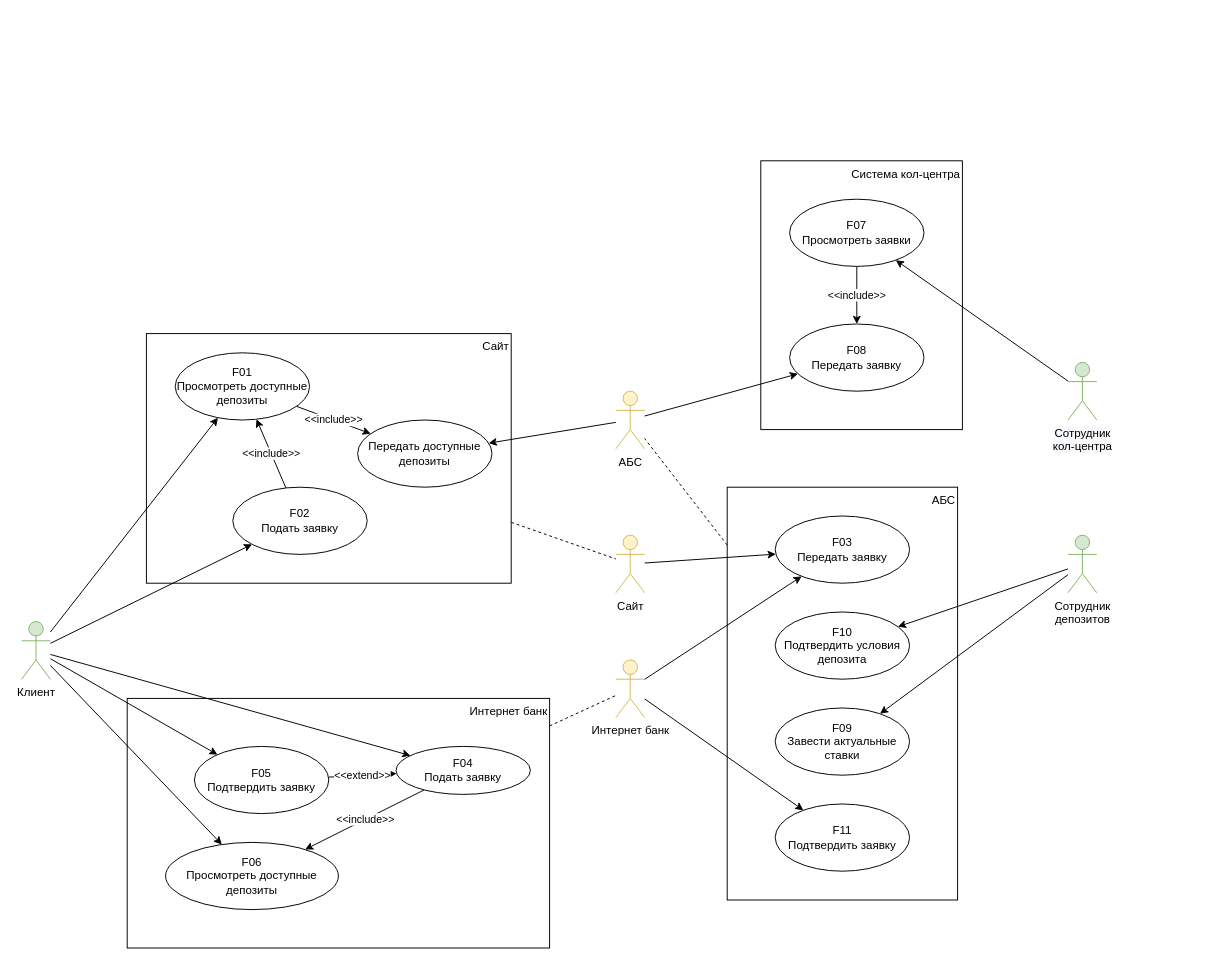
asbelon/architecture-sprint-9 keeps this draw.io diagram as page "Модель вариантов использования" (1 of 2) of Exc3/usecases.drawio. Above is the earlier version. Source tidied: cells renumbered, new cells numbered last; positions are measured from the earlier drawing's top-left corner, leaving out a move shared by most shapes. Both pictures are drawn from the tidied source at 96%, with x=0, y=0 at pixel (21, 160).
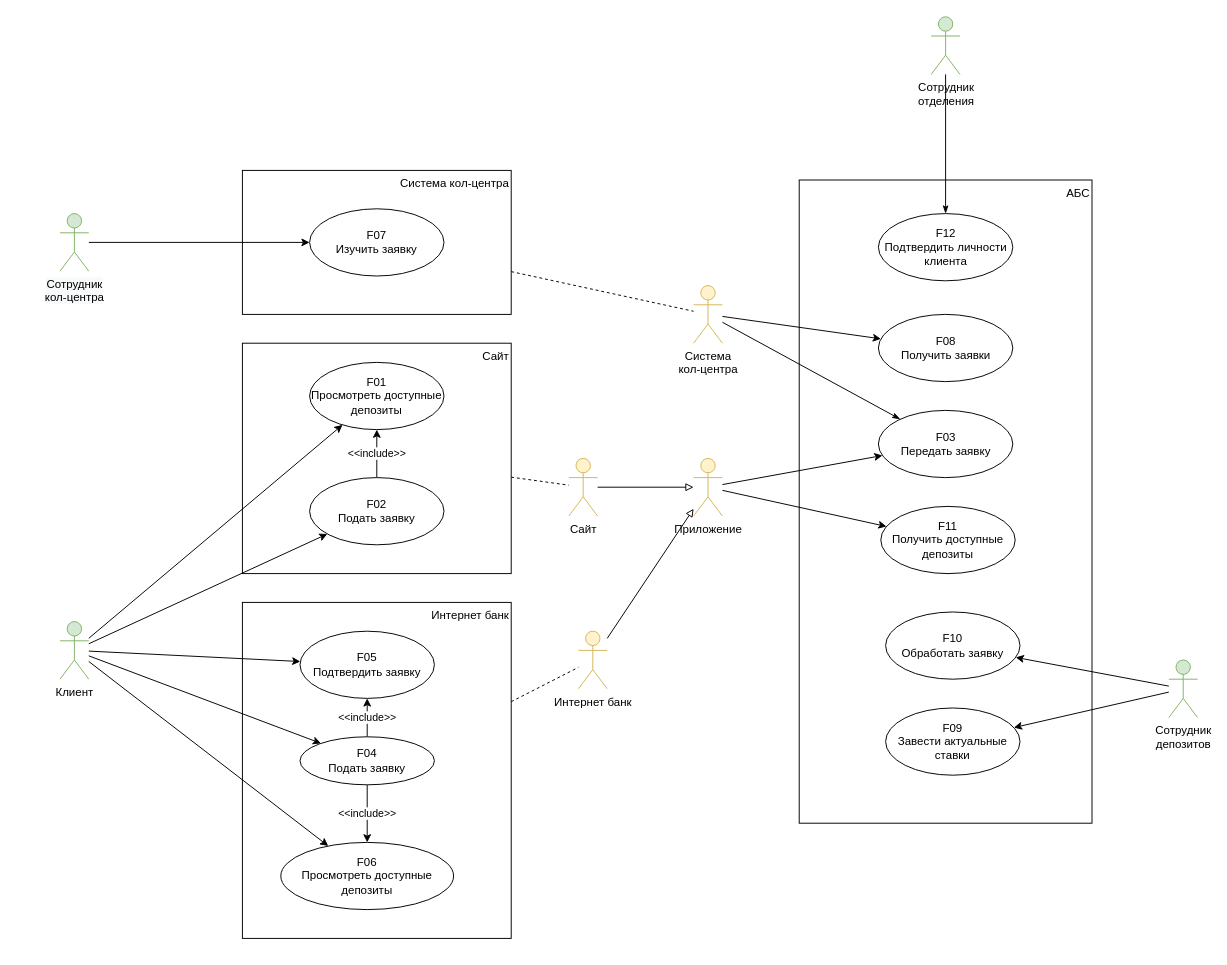
The same diagram, later.

The edit, as a diff of the source:
```diff
@@
     <mxCell id="2" value="АБС" style="rounded=0;whiteSpace=wrap;html=1;align=right;verticalAlign=top;" parent="1" vertex="1">
-      <mxGeometry x="735" y="340" width="240" height="430" as="geometry" />
+      <mxGeometry x="810" y="20" width="305" height="670" as="geometry" />
     </mxCell>
     <mxCell id="3" value="Интернет банк" style="rounded=0;whiteSpace=wrap;html=1;align=right;verticalAlign=top;" parent="1" vertex="1">
-      <mxGeometry x="110" y="560" width="440" height="260" as="geometry" />
+      <mxGeometry x="230" y="460" width="280" height="350" as="geometry" />
     </mxCell>
     <mxCell id="4" value="Система кол-центра" style="rounded=0;whiteSpace=wrap;html=1;align=right;verticalAlign=top;" parent="1" vertex="1">
-      <mxGeometry x="770" width="210" height="280" as="geometry" />
+      <mxGeometry x="230" y="10" width="280" height="150" as="geometry" />
     </mxCell>
@@
     <mxCell id="6" value="Сайт" style="rounded=0;whiteSpace=wrap;html=1;align=right;verticalAlign=top;" parent="1" vertex="1">
-      <mxGeometry x="130" y="180" width="380" height="260" as="geometry" />
+      <mxGeometry x="230" y="190" width="280" height="240" as="geometry" />
     </mxCell>
@@
     <mxCell id="12" value="Клиент" style="shape=umlActor;verticalLabelPosition=bottom;verticalAlign=top;html=1;outlineConnect=0;fillColor=#d5e8d4;strokeColor=#82b366;" parent="1" vertex="1">
-      <mxGeometry y="480" width="30" height="60" as="geometry" />
+      <mxGeometry x="40" y="480" width="30" height="60" as="geometry" />
     </mxCell>
-    <mxCell id="13" value="&amp;lt;&amp;lt;include&amp;gt;&amp;gt;" style="rounded=0;jettySize=auto;html=1;" parent="1" edge="1" source="14" target="43">
-      <mxGeometry relative="1" as="geometry" />
-    </mxCell>
     <mxCell id="14" value="F01&lt;br&gt;Просмотреть доступные депозиты" style="ellipse;whiteSpace=wrap;html=1;" parent="1" vertex="1">
-      <mxGeometry x="160" y="200" width="140" height="70" as="geometry" />
+      <mxGeometry x="300" y="210" width="140" height="70" as="geometry" />
     </mxCell>
@@
     <mxCell id="16" value="F02&lt;br&gt;Подать заявку" style="ellipse;whiteSpace=wrap;html=1;" parent="1" vertex="1">
-      <mxGeometry x="220" y="340" width="140" height="70" as="geometry" />
+      <mxGeometry x="300" y="330" width="140" height="70" as="geometry" />
     </mxCell>
@@
+    <mxCell id="45" style="edgeStyle=none;rounded=0;jettySize=auto;html=1;endArrow=block;endFill=0;" parent="1" edge="1" source="18" target="50">
+      <mxGeometry relative="1" as="geometry" />
+    </mxCell>
     <mxCell id="18" value="Сайт" style="shape=umlActor;verticalLabelPosition=bottom;verticalAlign=top;html=1;outlineConnect=0;fillColor=#fff2cc;strokeColor=#d6b656;" parent="1" vertex="1">
-      <mxGeometry x="619" y="390" width="30" height="60" as="geometry" />
+      <mxGeometry x="570" y="310" width="30" height="60" as="geometry" />
     </mxCell>
-    <mxCell id="19" value="F08&lt;br&gt;Передать заявку" style="ellipse;whiteSpace=wrap;html=1;" parent="1" vertex="1">
-      <mxGeometry x="800" y="170" width="140" height="70" as="geometry" />
+    <mxCell id="19" value="F08&lt;br&gt;Получить&amp;nbsp;заявки" style="ellipse;whiteSpace=wrap;html=1;" parent="1" vertex="1">
+      <mxGeometry x="892.5" y="160" width="140" height="70" as="geometry" />
     </mxCell>
@@
     <mxCell id="23" value="Сотрудник &lt;br&gt;депозитов" style="shape=umlActor;verticalLabelPosition=bottom;verticalAlign=top;html=1;outlineConnect=0;fillColor=#d5e8d4;strokeColor=#82b366;" parent="1" vertex="1">
-      <mxGeometry x="1090" y="390" width="30" height="60" as="geometry" />
+      <mxGeometry x="1195" y="520" width="30" height="60" as="geometry" />
     </mxCell>
-    <mxCell id="24" value="&amp;lt;&amp;lt;include&amp;gt;&amp;gt;" style="edgeStyle=none;rounded=0;jettySize=auto;html=1;endArrow=classic;endFill=1;" parent="1" edge="1" source="25" target="19">
-      <mxGeometry relative="1" as="geometry" />
-    </mxCell>
-    <mxCell id="25" value="F07&lt;br&gt;Просмотреть заявки" style="ellipse;whiteSpace=wrap;html=1;" parent="1" vertex="1">
-      <mxGeometry x="800" y="40" width="140" height="70" as="geometry" />
+    <mxCell id="25" value="F07&lt;br&gt;Изучить заявку" style="ellipse;whiteSpace=wrap;html=1;" parent="1" vertex="1">
+      <mxGeometry x="300" y="50" width="140" height="70" as="geometry" />
     </mxCell>
     <mxCell id="26" value="F06&lt;br&gt;Просмотреть доступные депозиты" style="ellipse;whiteSpace=wrap;html=1;" parent="1" vertex="1">
-      <mxGeometry x="150" y="710" width="180" height="70" as="geometry" />
+      <mxGeometry x="270" y="710" width="180" height="70" as="geometry" />
     </mxCell>
@@
+    <mxCell id="46" value="&amp;lt;&amp;lt;include&amp;gt;&amp;gt;" style="edgeStyle=none;rounded=0;jettySize=auto;html=1;" parent="1" edge="1" source="28" target="30">
+      <mxGeometry relative="1" as="geometry" />
+    </mxCell>
     <mxCell id="28" value="F04&lt;br&gt;Подать заявку" style="ellipse;whiteSpace=wrap;html=1;" parent="1" vertex="1">
-      <mxGeometry x="390" y="610" width="140" height="50" as="geometry" />
+      <mxGeometry x="290" y="600" width="140" height="50" as="geometry" />
     </mxCell>
-    <mxCell id="29" value="&amp;lt;&amp;lt;extend&amp;gt;&amp;gt;" style="edgeStyle=none;rounded=0;jettySize=auto;html=1;endArrow=classic;endFill=1;" parent="1" edge="1" source="30" target="28">
-      <mxGeometry relative="1" as="geometry" />
-    </mxCell>
     <mxCell id="30" value="F05&lt;br&gt;Подтвердить заявку" style="ellipse;whiteSpace=wrap;html=1;" parent="1" vertex="1">
-      <mxGeometry x="180" y="610" width="140" height="70" as="geometry" />
+      <mxGeometry x="290" y="490" width="140" height="70" as="geometry" />
     </mxCell>
-    <mxCell id="31" value="F10&lt;br&gt;Подтвердить условия депозита" style="ellipse;whiteSpace=wrap;html=1;" parent="1" vertex="1">
-      <mxGeometry x="785" y="470" width="140" height="70" as="geometry" />
+    <mxCell id="31" value="F10&lt;br&gt;Обработать заявку" style="ellipse;whiteSpace=wrap;html=1;" parent="1" vertex="1">
+      <mxGeometry x="900" y="470" width="140" height="70" as="geometry" />
     </mxCell>
     <mxCell id="32" value="F09&lt;br&gt;Завести актуальные ставки" style="ellipse;whiteSpace=wrap;html=1;" parent="1" vertex="1">
-      <mxGeometry x="785" y="570" width="140" height="70" as="geometry" />
+      <mxGeometry x="900" y="570" width="140" height="70" as="geometry" />
     </mxCell>
     <mxCell id="33" value="F03&lt;br&gt;Передать заявку" style="ellipse;whiteSpace=wrap;html=1;" parent="1" vertex="1">
-      <mxGeometry x="785" y="370" width="140" height="70" as="geometry" />
+      <mxGeometry x="892.5" y="260" width="140" height="70" as="geometry" />
     </mxCell>
-    <mxCell id="34" style="edgeStyle=none;rounded=0;jettySize=auto;html=1;" parent="1" edge="1" source="18" target="33">
-      <mxGeometry relative="1" as="geometry" />
-    </mxCell>
@@
-    <mxCell id="36" style="edgeStyle=none;rounded=0;jettySize=auto;html=1;" parent="1" edge="1" source="37" target="44">
-      <mxGeometry relative="1" as="geometry" />
-    </mxCell>
+    <mxCell id="47" style="edgeStyle=none;rounded=0;jettySize=auto;html=1;" parent="1" edge="1" source="50" target="43">
+      <mxGeometry relative="1" as="geometry" />
+    </mxCell>
+    <mxCell id="48" style="edgeStyle=none;rounded=0;jettySize=auto;html=1;endArrow=block;endFill=0;" parent="1" edge="1" source="37" target="50">
+      <mxGeometry relative="1" as="geometry" />
+    </mxCell>
     <mxCell id="37" value="Интернет банк" style="shape=umlActor;verticalLabelPosition=bottom;verticalAlign=top;html=1;outlineConnect=0;fillColor=#fff2cc;strokeColor=#d6b656;" parent="1" vertex="1">
-      <mxGeometry x="619" y="520" width="30" height="60" as="geometry" />
+      <mxGeometry x="580" y="490" width="30" height="60" as="geometry" />
     </mxCell>
-    <mxCell id="38" style="edgeStyle=none;rounded=0;jettySize=auto;html=1;" parent="1" edge="1" source="37" target="33">
+    <mxCell id="38" style="edgeStyle=none;rounded=0;jettySize=auto;html=1;" parent="1" edge="1" source="50" target="33">
       <mxGeometry relative="1" as="geometry" />
     </mxCell>
     <mxCell id="39" value="&lt;span style=&quot;color: rgb(0, 0, 0); font-family: Helvetica; font-size: 12px; font-style: normal; font-variant-ligatures: normal; font-variant-caps: normal; font-weight: 400; letter-spacing: normal; orphans: 2; text-align: center; text-indent: 0px; text-transform: none; widows: 2; word-spacing: 0px; -webkit-text-stroke-width: 0px; background-color: rgb(248, 249, 250); text-decoration-thickness: initial; text-decoration-style: initial; text-decoration-color: initial; float: none; display: inline !important;&quot;&gt;Сотрудник&lt;/span&gt;&lt;br style=&quot;color: rgb(0, 0, 0); font-family: Helvetica; font-size: 12px; font-style: normal; font-variant-ligatures: normal; font-variant-caps: normal; font-weight: 400; letter-spacing: normal; orphans: 2; text-align: center; text-indent: 0px; text-transform: none; widows: 2; word-spacing: 0px; -webkit-text-stroke-width: 0px; background-color: rgb(248, 249, 250); text-decoration-thickness: initial; text-decoration-style: initial; text-decoration-color: initial;&quot;&gt;&lt;span style=&quot;color: rgb(0, 0, 0); font-family: Helvetica; font-size: 12px; font-style: normal; font-variant-ligatures: normal; font-variant-caps: normal; font-weight: 400; letter-spacing: normal; orphans: 2; text-align: center; text-indent: 0px; text-transform: none; widows: 2; word-spacing: 0px; -webkit-text-stroke-width: 0px; background-color: rgb(248, 249, 250); text-decoration-thickness: initial; text-decoration-style: initial; text-decoration-color: initial; float: none; display: inline !important;&quot;&gt;кол-центра&lt;/span&gt;" style="shape=umlActor;verticalLabelPosition=bottom;verticalAlign=top;html=1;outlineConnect=0;fillColor=#d5e8d4;strokeColor=#82b366;" parent="1" vertex="1">
-      <mxGeometry x="1090" y="210" width="30" height="60" as="geometry" />
+      <mxGeometry x="40" y="55" width="30" height="60" as="geometry" />
     </mxCell>
-    <mxCell id="40" style="rounded=0;jettySize=auto;html=1;" parent="1" edge="1" source="41" target="43">
-      <mxGeometry relative="1" as="geometry" />
-    </mxCell>
+    <mxCell id="49" style="edgeStyle=none;rounded=0;jettySize=auto;html=1;endArrow=classicThin;endFill=1;" parent="1" edge="1" source="41" target="33">
+      <mxGeometry relative="1" as="geometry" />
+    </mxCell>
-    <mxCell id="41" value="АБС" style="shape=umlActor;verticalLabelPosition=bottom;verticalAlign=top;html=1;outlineConnect=0;fillColor=#fff2cc;strokeColor=#d6b656;" parent="1" vertex="1">
-      <mxGeometry x="619" y="240" width="30" height="60" as="geometry" />
+    <mxCell id="41" value="Система&lt;br&gt;кол-центра" style="shape=umlActor;verticalLabelPosition=bottom;verticalAlign=top;html=1;outlineConnect=0;fillColor=#fff2cc;strokeColor=#d6b656;" parent="1" vertex="1">
+      <mxGeometry x="700" y="130" width="30" height="60" as="geometry" />
     </mxCell>
-    <mxCell id="42" style="edgeStyle=none;rounded=0;jettySize=auto;html=1;dashed=1;endArrow=none;endFill=0;" parent="1" edge="1" source="2" target="41">
+    <mxCell id="42" style="edgeStyle=none;rounded=0;jettySize=auto;html=1;dashed=1;endArrow=none;endFill=0;" parent="1" edge="1" source="4" target="41">
       <mxGeometry relative="1" as="geometry" />
     </mxCell>
-    <mxCell id="43" value="Передать доступные депозиты" style="ellipse;whiteSpace=wrap;html=1;" parent="1" vertex="1">
-      <mxGeometry x="350" y="270" width="140" height="70" as="geometry" />
+    <mxCell id="43" value="F11&lt;br&gt;Получить доступные депозиты" style="ellipse;whiteSpace=wrap;html=1;" parent="1" vertex="1">
+      <mxGeometry x="895" y="360" width="140" height="70" as="geometry" />
     </mxCell>
-    <mxCell id="44" value="F11&lt;br&gt;Подтвердить заявку" style="ellipse;whiteSpace=wrap;html=1;" parent="1" vertex="1">
-      <mxGeometry x="785" y="670" width="140" height="70" as="geometry" />
-    </mxCell>
+    <mxCell id="50" value="Приложение" style="shape=umlActor;verticalLabelPosition=bottom;verticalAlign=top;html=1;outlineConnect=0;fillColor=#fff2cc;strokeColor=#d6b656;" parent="1" vertex="1">
+      <mxGeometry x="700" y="310" width="30" height="60" as="geometry" />
+    </mxCell>
+    <mxCell id="51" style="edgeStyle=none;rounded=0;jettySize=auto;html=1;endArrow=classicThin;endFill=1;" parent="1" edge="1" source="52" target="53">
+      <mxGeometry relative="1" as="geometry" />
+    </mxCell>
+    <mxCell id="52" value="Сотрудник &lt;br&gt;отделения" style="shape=umlActor;verticalLabelPosition=bottom;verticalAlign=top;html=1;outlineConnect=0;fontSize=12;fillColor=#d5e8d4;strokeColor=#82b366;" parent="1" vertex="1">
+      <mxGeometry x="947.5" y="-150" width="30" height="60" as="geometry" />
+    </mxCell>
+    <mxCell id="53" value="F12&lt;br&gt;Подтвердить личности клиента" style="ellipse;whiteSpace=wrap;html=1;" parent="1" vertex="1">
+      <mxGeometry x="892.5" y="55" width="140" height="70" as="geometry" />
+    </mxCell>
```
